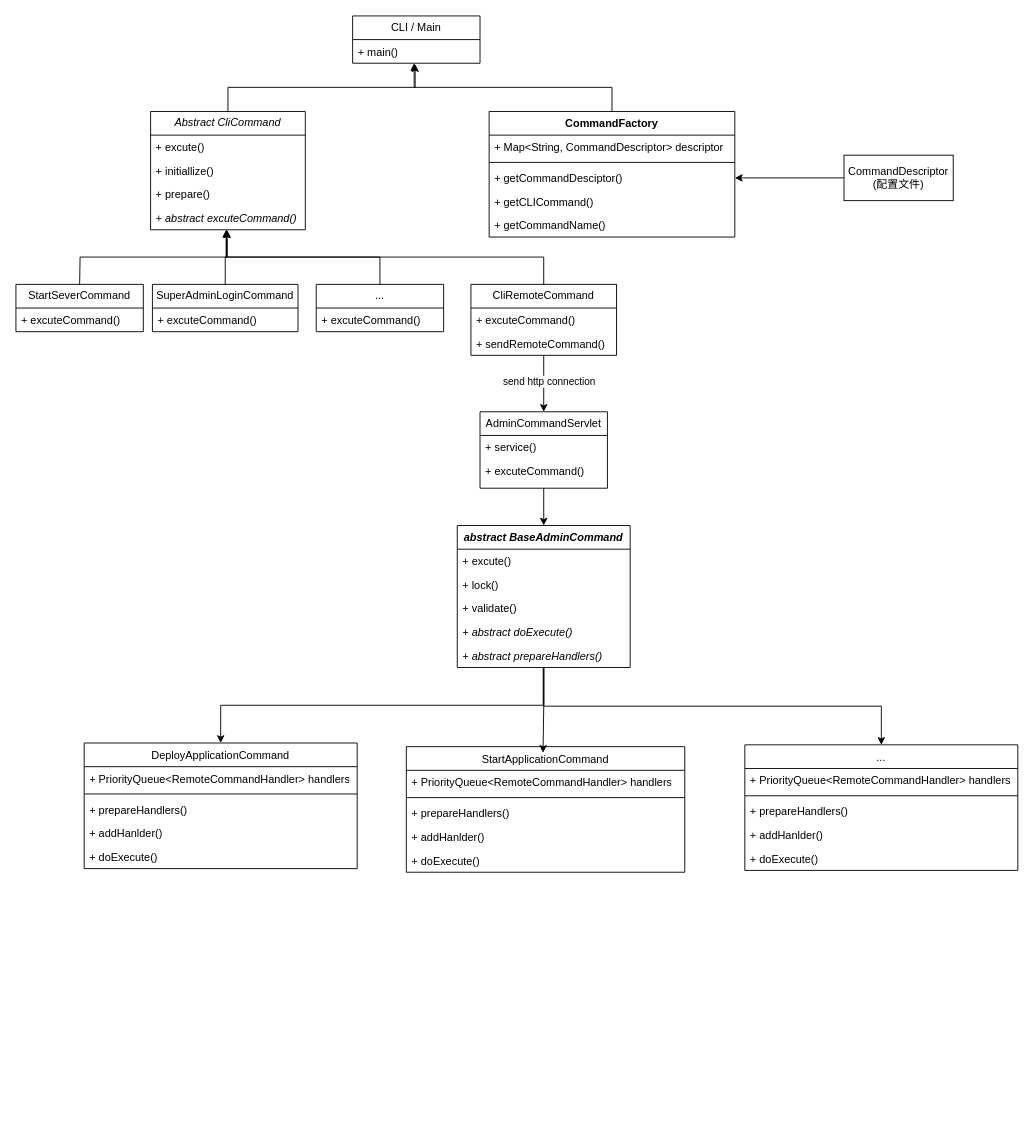
Above: BES/增量更新支持CLI命令/CliCommand.drawio in YouYouYouYouChe/Documents (draw.io), before the change. Source tidied: cells renumbered, new cells numbered last; positions are measured from the earlier drawing's top-left corner, leaving out a move shared by most shapes. Both pictures are drawn from the tidied source at 91%, with x=0, y=0 at pixel (15, 15).
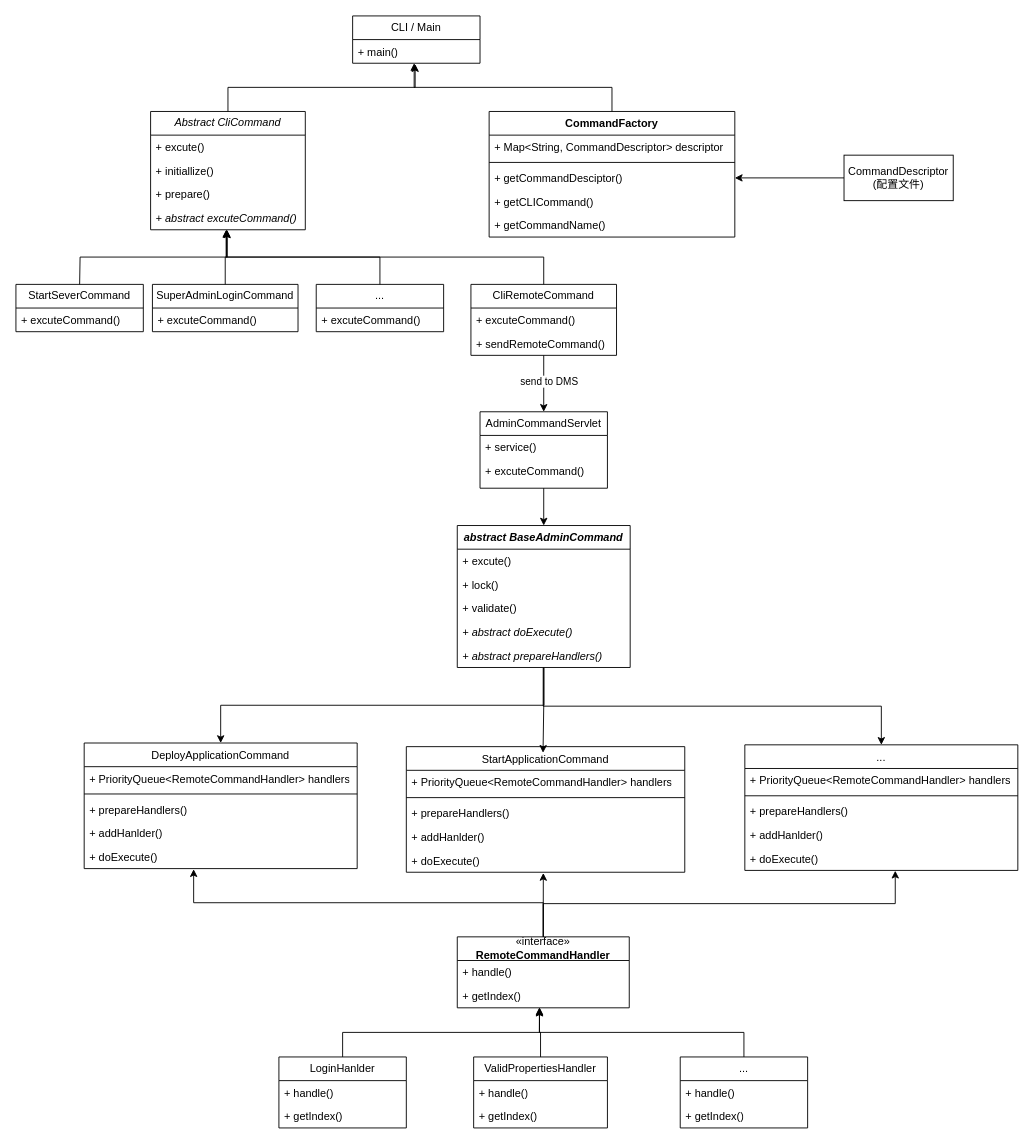
After the change.

The change refers to these unchanged cells:
```xml
<mxCell id="19" style="edgeStyle=orthogonalEdgeStyle;rounded=0;jettySize=auto;html=1;entryX=0.5;entryY=0;entryDx=0;entryDy=0;" parent="1" edge="1" source="21" target="35">
  <mxGeometry relative="1" as="geometry" />
</mxCell>
<mxCell id="51" value="+ doExecute()" style="text;strokeColor=none;fillColor=none;align=left;verticalAlign=top;spacingLeft=4;spacingRight=4;overflow=hidden;points=[[0,0.5],[1,0.5]];portConstraint=eastwest;whiteSpace=wrap;html=1;" parent="46" vertex="1">
  <mxGeometry y="112" width="300" height="26" as="geometry" />
</mxCell>
<mxCell id="57" value="+ doExecute()" style="text;strokeColor=none;fillColor=none;align=left;verticalAlign=top;spacingLeft=4;spacingRight=4;overflow=hidden;points=[[0,0.5],[1,0.5]];portConstraint=eastwest;whiteSpace=wrap;html=1;" parent="52" vertex="1">
  <mxGeometry y="112" width="306" height="26" as="geometry" />
</mxCell>
<mxCell id="63" value="+ doExecute()" style="text;strokeColor=none;fillColor=none;align=left;verticalAlign=top;spacingLeft=4;spacingRight=4;overflow=hidden;points=[[0,0.5],[1,0.5]];portConstraint=eastwest;whiteSpace=wrap;html=1;" parent="58" vertex="1">
  <mxGeometry y="112" width="300" height="26" as="geometry" />
</mxCell>
```

What changed in the source:
```diff
@@
-    <mxCell id="20" value="send http connection" style="edgeLabel;html=1;align=center;verticalAlign=middle;" parent="19" vertex="1">
+    <mxCell id="20" value="send&lt;span style=&quot;background-color: light-dark(#ffffff, var(--ge-dark-color, #121212)); color: light-dark(rgb(0, 0, 0), rgb(255, 255, 255));&quot;&gt;&amp;nbsp;to DMS&lt;/span&gt;" style="edgeLabel;html=1;align=center;verticalAlign=middle;" parent="19" vertex="1">
       <mxGeometry x="-0.1" y="5" relative="1" as="geometry" />
     </mxCell>
@@
+    <mxCell id="65" value="«interface»&lt;br&gt;&lt;span style=&quot;text-align: left;&quot;&gt;&lt;b&gt;RemoteCommandHandler&lt;/b&gt;&lt;/span&gt;" style="swimlane;fontStyle=0;horizontal=1;startSize=26;fillColor=none;whiteSpace=wrap;html=1;" parent="1" vertex="1">
+      <mxGeometry x="485" y="1012" width="189" height="78" as="geometry" />
+    </mxCell>
+    <mxCell id="66" value="+ handle()" style="text;strokeColor=none;fillColor=none;align=left;verticalAlign=top;spacingLeft=4;spacingRight=4;overflow=hidden;whiteSpace=wrap;html=1;" parent="65" vertex="1">
+      <mxGeometry y="26" width="189" height="26" as="geometry" />
+    </mxCell>
+    <mxCell id="67" value="+ getIndex()" style="text;strokeColor=none;fillColor=none;align=left;verticalAlign=top;spacingLeft=4;spacingRight=4;overflow=hidden;points=[[0,0.5],[1,0.5]];portConstraint=eastwest;whiteSpace=wrap;html=1;" parent="65" vertex="1">
+      <mxGeometry y="52" width="189" height="26" as="geometry" />
+    </mxCell>
+    <mxCell id="68" value="LoginHanlder" style="swimlane;fontStyle=0;horizontal=1;startSize=26;fillColor=none;whiteSpace=wrap;html=1;" parent="1" vertex="1">
+      <mxGeometry x="289" y="1144" width="140" height="78" as="geometry" />
+    </mxCell>
+    <mxCell id="69" value="+ handle()" style="text;strokeColor=none;fillColor=none;align=left;verticalAlign=top;spacingLeft=4;spacingRight=4;overflow=hidden;whiteSpace=wrap;html=1;" parent="68" vertex="1">
+      <mxGeometry y="26" width="140" height="26" as="geometry" />
+    </mxCell>
+    <mxCell id="70" value="+ getIndex()" style="text;strokeColor=none;fillColor=none;align=left;verticalAlign=top;spacingLeft=4;spacingRight=4;overflow=hidden;whiteSpace=wrap;html=1;" parent="68" vertex="1">
+      <mxGeometry y="52" width="140" height="26" as="geometry" />
+    </mxCell>
+    <mxCell id="71" value="ValidPropertiesHandler" style="swimlane;fontStyle=0;horizontal=1;startSize=26;fillColor=none;whiteSpace=wrap;html=1;" parent="1" vertex="1">
+      <mxGeometry x="503" y="1144" width="147" height="78" as="geometry" />
+    </mxCell>
+    <mxCell id="72" value="+ handle()" style="text;strokeColor=none;fillColor=none;align=left;verticalAlign=top;spacingLeft=4;spacingRight=4;overflow=hidden;whiteSpace=wrap;html=1;" parent="71" vertex="1">
+      <mxGeometry y="26" width="147" height="26" as="geometry" />
+    </mxCell>
+    <mxCell id="73" value="+ getIndex()" style="text;strokeColor=none;fillColor=none;align=left;verticalAlign=top;spacingLeft=4;spacingRight=4;overflow=hidden;whiteSpace=wrap;html=1;" parent="71" vertex="1">
+      <mxGeometry y="52" width="147" height="26" as="geometry" />
+    </mxCell>
+    <mxCell id="74" value="..." style="swimlane;fontStyle=0;horizontal=1;startSize=26;fillColor=none;whiteSpace=wrap;html=1;" parent="1" vertex="1">
+      <mxGeometry x="730" y="1144" width="140" height="78" as="geometry" />
+    </mxCell>
+    <mxCell id="75" value="+ handle()" style="text;strokeColor=none;fillColor=none;align=left;verticalAlign=top;spacingLeft=4;spacingRight=4;overflow=hidden;whiteSpace=wrap;html=1;" parent="74" vertex="1">
+      <mxGeometry y="26" width="140" height="26" as="geometry" />
+    </mxCell>
+    <mxCell id="76" value="+ getIndex()" style="text;strokeColor=none;fillColor=none;align=left;verticalAlign=top;spacingLeft=4;spacingRight=4;overflow=hidden;whiteSpace=wrap;html=1;" parent="74" vertex="1">
+      <mxGeometry y="52" width="140" height="26" as="geometry" />
+    </mxCell>
+    <mxCell id="77" style="edgeStyle=orthogonalEdgeStyle;rounded=0;jettySize=auto;html=1;entryX=0.401;entryY=1.026;entryDx=0;entryDy=0;entryPerimeter=0;" parent="1" edge="1" source="65" target="51">
+      <mxGeometry relative="1" as="geometry" />
+    </mxCell>
+    <mxCell id="78" style="edgeStyle=orthogonalEdgeStyle;rounded=0;jettySize=auto;html=1;entryX=0.551;entryY=1.013;entryDx=0;entryDy=0;entryPerimeter=0;" parent="1" edge="1" source="65" target="63">
+      <mxGeometry relative="1" as="geometry" />
+    </mxCell>
+    <mxCell id="79" style="edgeStyle=orthogonalEdgeStyle;rounded=0;jettySize=auto;html=1;entryX=0.492;entryY=1.032;entryDx=0;entryDy=0;entryPerimeter=0;" parent="1" edge="1" source="65" target="57">
+      <mxGeometry relative="1" as="geometry" />
+    </mxCell>
+    <mxCell id="80" style="edgeStyle=orthogonalEdgeStyle;rounded=0;jettySize=auto;html=1;entryX=0.478;entryY=1.006;entryDx=0;entryDy=0;entryPerimeter=0;" parent="1" edge="1" source="68" target="67">
+      <mxGeometry relative="1" as="geometry" />
+    </mxCell>
+    <mxCell id="81" style="edgeStyle=orthogonalEdgeStyle;rounded=0;jettySize=auto;html=1;entryX=0.478;entryY=1.038;entryDx=0;entryDy=0;entryPerimeter=0;" parent="1" edge="1" source="71" target="67">
+      <mxGeometry relative="1" as="geometry" />
+    </mxCell>
+    <mxCell id="82" style="edgeStyle=orthogonalEdgeStyle;rounded=0;jettySize=auto;html=1;entryX=0.478;entryY=0.974;entryDx=0;entryDy=0;entryPerimeter=0;" parent="1" edge="1" source="74" target="67">
+      <mxGeometry relative="1" as="geometry" />
+    </mxCell>
```
